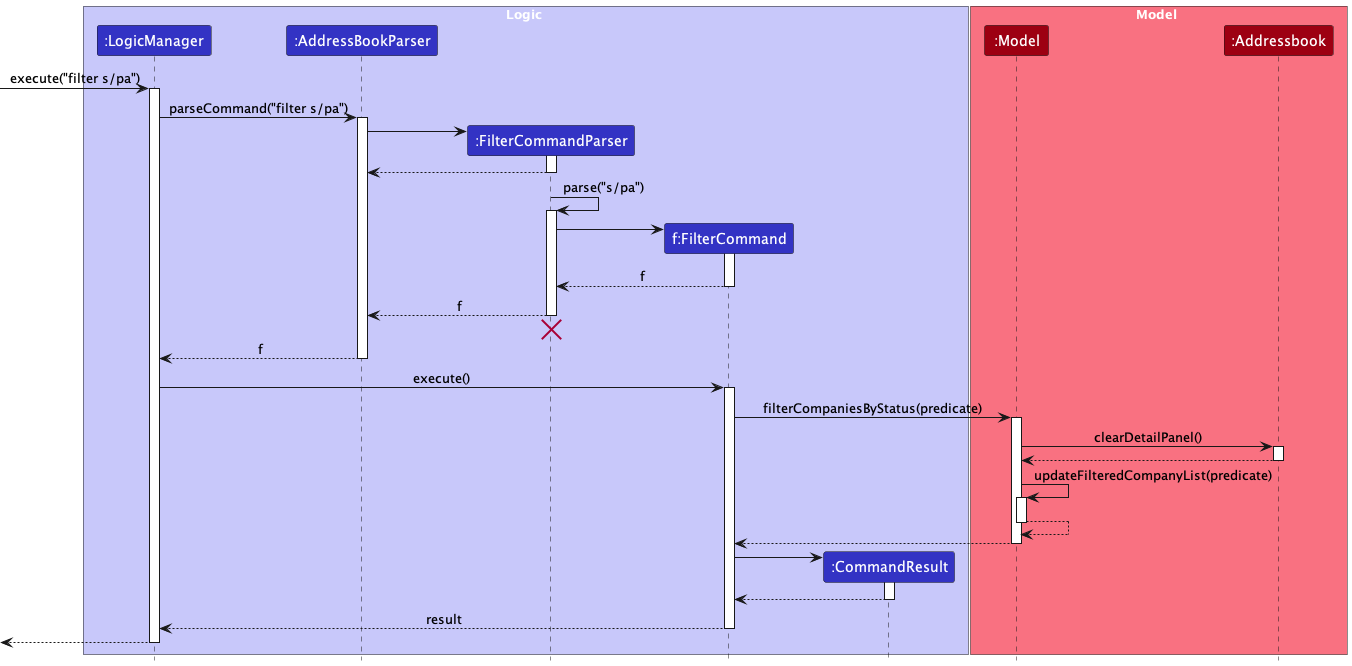
Earlier version of the PlantUML export docs/images/FilterSequenceDiagram.png (tayruxin/tp). Its diagram source:
```plantuml
@startuml
!include style.puml
skinparam ArrowFontStyle plain

box Logic LOGIC_COLOR_T1

participant ":LogicManager" as LogicManager LOGIC_COLOR
participant ":AddressBookParser" as AddressBookParser LOGIC_COLOR
participant ":FilterCommandParser" as FilterCommandParser LOGIC_COLOR
participant "f:FilterCommand" as FilterCommand LOGIC_COLOR
participant ":CommandResult" as CommandResult LOGIC_COLOR

end box

box Model MODEL_COLOR_T1
participant ":Model" as Model MODEL_COLOR
participant ":Addressbook" as Addressbook MODEL_COLOR
end box

[-> LogicManager : execute("filter s/pa")
activate LogicManager

LogicManager -> AddressBookParser : parseCommand("filter s/pa")
activate AddressBookParser

create FilterCommandParser
AddressBookParser -> FilterCommandParser
activate FilterCommandParser

FilterCommandParser --> AddressBookParser
deactivate FilterCommandParser

FilterCommandParser -> FilterCommandParser : parse("s/pa")
activate FilterCommandParser

create FilterCommand
FilterCommandParser -> FilterCommand
activate FilterCommand

FilterCommand --> FilterCommandParser : f
deactivate FilterCommand

FilterCommandParser --> AddressBookParser : f
deactivate FilterCommandParser
FilterCommandParser -[hidden]-> AddressBookParser
destroy FilterCommandParser

AddressBookParser --> LogicManager : f
deactivate AddressBookParser

LogicManager -> FilterCommand : execute()
activate FilterCommand

FilterCommand -> Model : filterCompaniesByStatus(predicate)
activate Model

Model -> Addressbook : clearDetailPanel()
activate Addressbook

Addressbook --> Model
deactivate Addressbook

Model -> Model: updateFilteredCompanyList(predicate)
activate Model

Model --> Model
deactivate Model

Model --> FilterCommand
deactivate Model

create CommandResult
FilterCommand -> CommandResult
activate CommandResult

CommandResult --> FilterCommand
deactivate CommandResult

FilterCommand --> LogicManager : result
deactivate FilterCommand

deactivate Addressbook

[<--LogicManager
deactivate LogicManager

@enduml
```
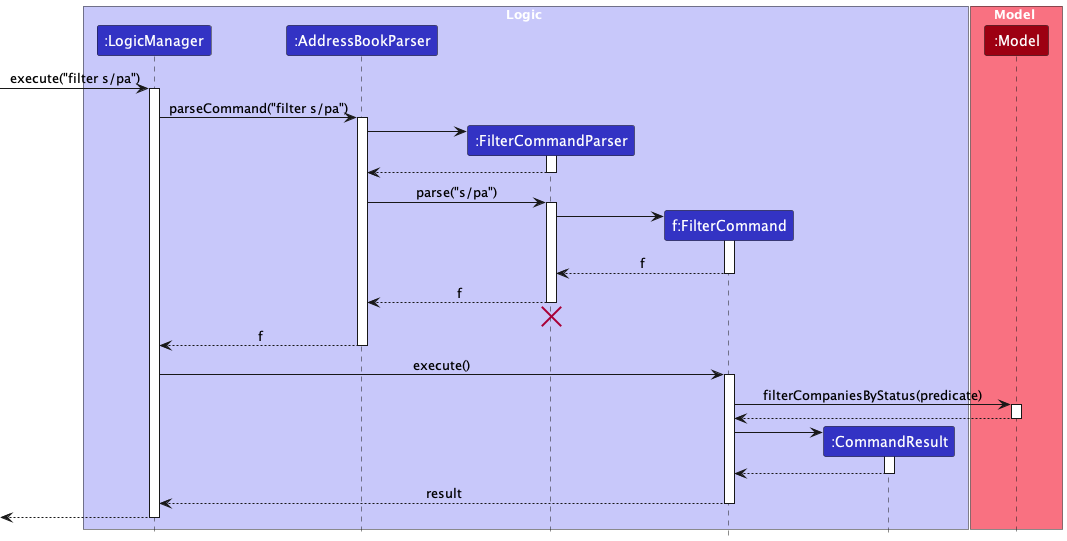
Above is the later version.

Commit message:
Update Add and Filter implementation details in DG

Change to the diagram source:
```diff
@@ -14,7 +14,6 @@
 
 box Model MODEL_COLOR_T1
 participant ":Model" as Model MODEL_COLOR
-participant ":Addressbook" as Addressbook MODEL_COLOR
 end box
 
 [-> LogicManager : execute("filter s/pa")
@@ -30,7 +29,7 @@
 FilterCommandParser --> AddressBookParser
 deactivate FilterCommandParser
 
-FilterCommandParser -> FilterCommandParser : parse("s/pa")
+AddressBookParser -> FilterCommandParser : parse("s/pa")
 activate FilterCommandParser
 
 create FilterCommand
@@ -54,19 +53,7 @@
 FilterCommand -> Model : filterCompaniesByStatus(predicate)
 activate Model
 
-Model -> Addressbook : clearDetailPanel()
-activate Addressbook
-
-Addressbook --> Model
-deactivate Addressbook
-
-Model -> Model: updateFilteredCompanyList(predicate)
-activate Model
-
-Model --> Model
-deactivate Model
-
-Model --> FilterCommand
+Model -->FilterCommand
 deactivate Model
 
 create CommandResult
@@ -79,8 +66,6 @@
 FilterCommand --> LogicManager : result
 deactivate FilterCommand
 
-deactivate Addressbook
-
 [<--LogicManager
 deactivate LogicManager
 
```
